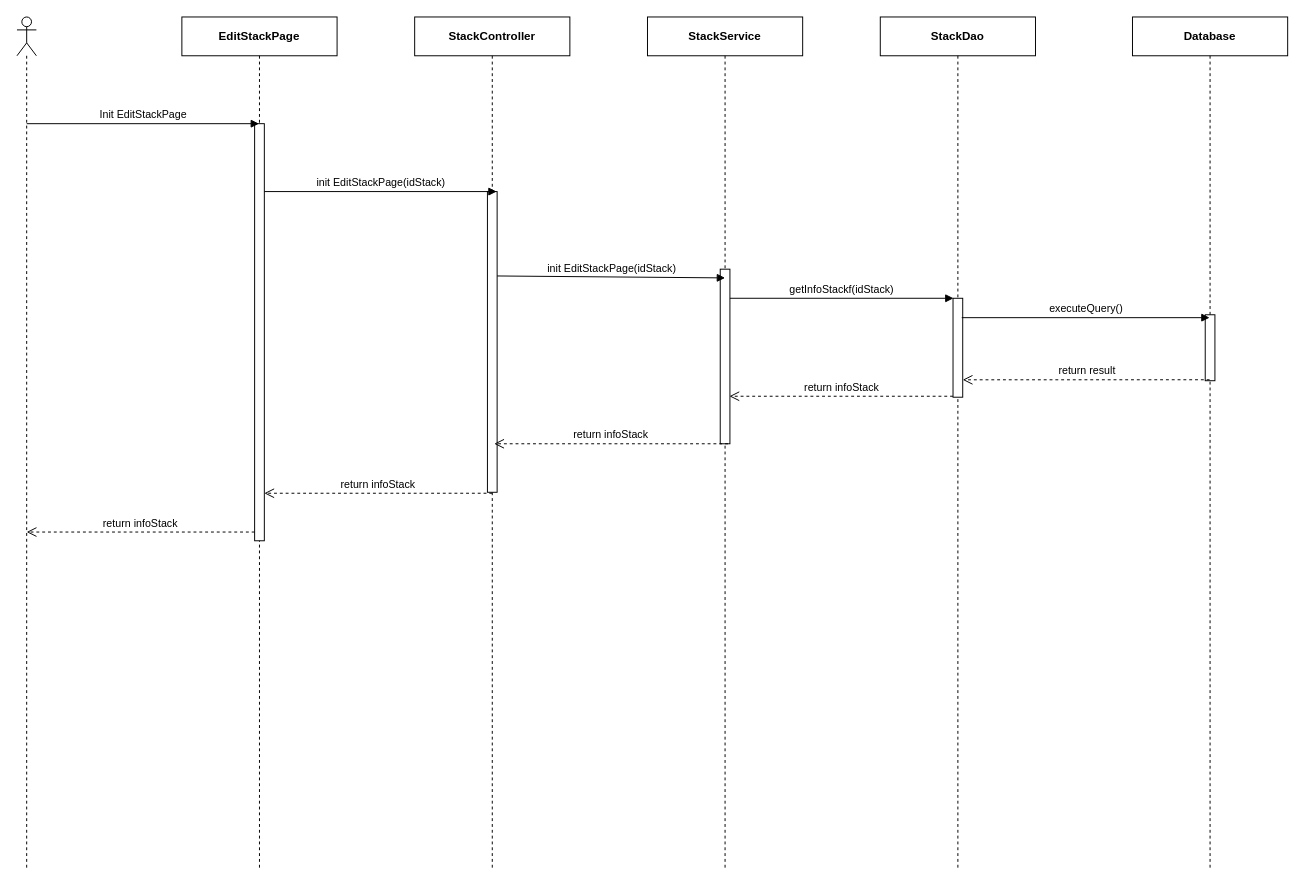
The draw.io diagram page "Ev01" (1 of 2) of 0. Create/Sequece/sc03/SC0303_EditStack.drawio in luannmdev/CapstoneDocument, before the edit. Source tidied: cells renumbered, new cells numbered last; positions are measured from the earlier drawing's top-left corner, leaving out a move shared by most shapes. Both pictures are drawn from the tidied source at 97%, with x=0, y=0 at pixel (16, 16).
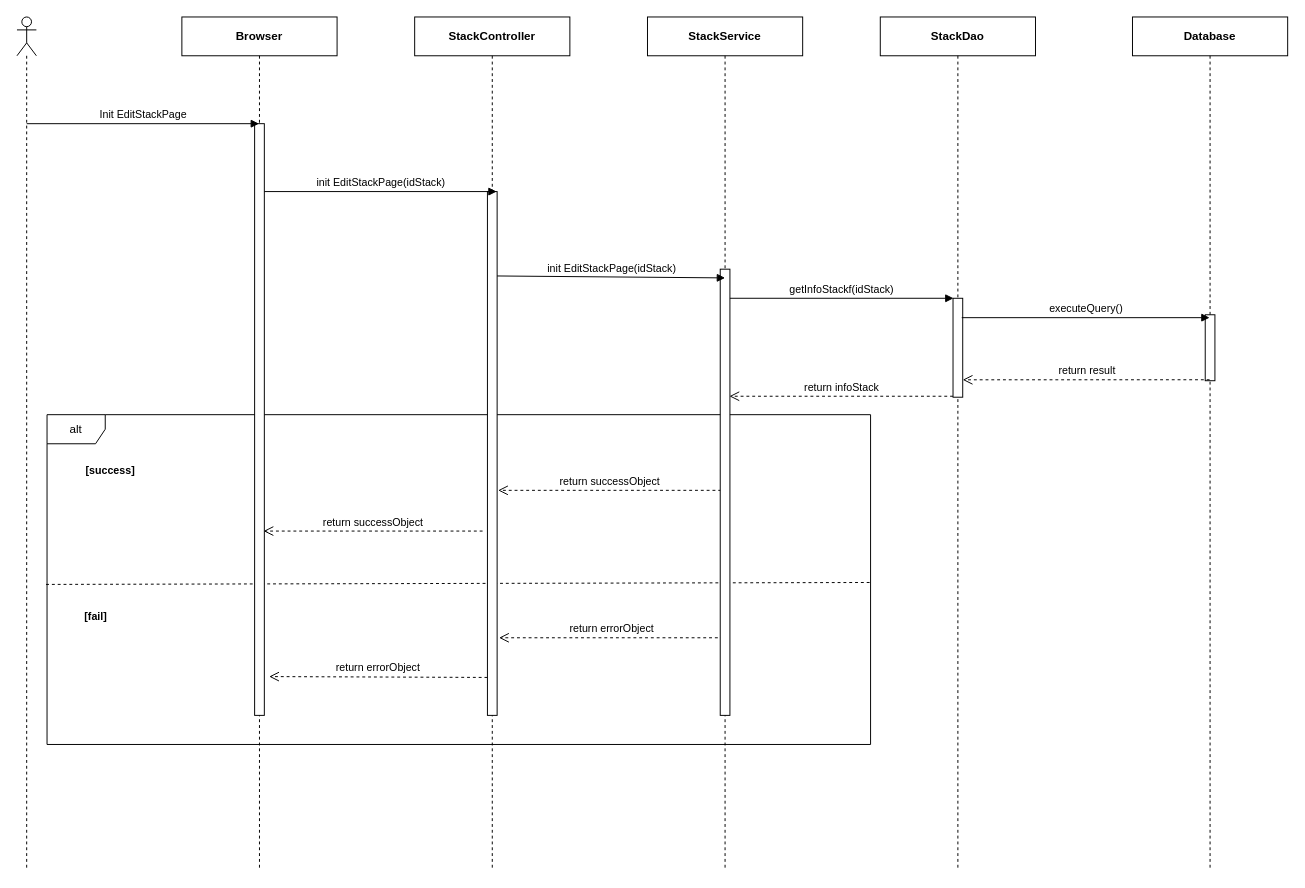
The same page after the edit.

Unchanged cells that the change refers to:
```xml
<mxCell id="8" value="&lt;b&gt;StackService&lt;/b&gt;" style="shape=umlLifeline;perimeter=lifelinePerimeter;whiteSpace=wrap;html=1;" parent="1" vertex="1">
  <mxGeometry x="650" width="160" height="880" as="geometry" />
</mxCell>
<mxCell id="10" value="&lt;b&gt;StackController&lt;/b&gt;" style="shape=umlLifeline;perimeter=lifelinePerimeter;whiteSpace=wrap;html=1;" parent="1" vertex="1">
  <mxGeometry x="410" width="160" height="880" as="geometry" />
</mxCell>
```

What changed in the source:
```diff
@@
+    <mxCell id="23" value="alt" style="shape=umlFrame;whiteSpace=wrap;html=1;" parent="1" vertex="1">
+      <mxGeometry x="31" y="410" width="849" height="340" as="geometry" />
+    </mxCell>
+    <mxCell id="24" value="return successObject" style="html=1;verticalAlign=bottom;endArrow=open;dashed=1;endSize=8;" parent="1" edge="1">
+      <mxGeometry relative="1" as="geometry">
+        <mxPoint x="726" y="488" as="sourcePoint" />
+        <mxPoint x="496" y="488" as="targetPoint" />
+      </mxGeometry>
+    </mxCell>
+    <mxCell id="25" value="return successObject" style="html=1;verticalAlign=bottom;endArrow=open;dashed=1;endSize=8;" parent="1" edge="1">
+      <mxGeometry relative="1" as="geometry">
+        <mxPoint x="480" y="530" as="sourcePoint" />
+        <mxPoint x="254.2" y="530" as="targetPoint" />
+      </mxGeometry>
+    </mxCell>
+    <mxCell id="26" style="endArrow=none;dashed=1;html=1;exitX=-0.001;exitY=0.303;exitDx=0;exitDy=0;exitPerimeter=0;" parent="1" edge="1">
+      <mxGeometry relative="1" as="geometry">
+        <mxPoint x="30" y="585" as="sourcePoint" />
+        <mxPoint x="880" y="583" as="targetPoint" />
+      </mxGeometry>
+    </mxCell>
+    <mxCell id="27" value="&lt;span style=&quot;font-size: 11px ; background-color: rgb(255 , 255 , 255)&quot;&gt;&lt;b&gt;[success]&lt;/b&gt;&lt;/span&gt;" style="text;html=1;align=center;verticalAlign=middle;" parent="1" vertex="1">
+      <mxGeometry x="61" y="458" width="70" height="20" as="geometry" />
+    </mxCell>
+    <mxCell id="28" value="&lt;span style=&quot;font-size: 11px ; background-color: rgb(255 , 255 , 255)&quot;&gt;&lt;b&gt;[fail]&lt;/b&gt;&lt;/span&gt;" style="text;html=1;align=center;verticalAlign=middle;" parent="1" vertex="1">
+      <mxGeometry x="61" y="608" width="40" height="20" as="geometry" />
+    </mxCell>
+    <mxCell id="29" value="return errorObject" style="html=1;verticalAlign=bottom;endArrow=open;dashed=1;endSize=8;" parent="1" edge="1">
+      <mxGeometry relative="1" as="geometry">
+        <mxPoint x="728.5" y="640" as="sourcePoint" />
+        <mxPoint x="497" y="640" as="targetPoint" />
+      </mxGeometry>
+    </mxCell>
+    <mxCell id="30" value="return errorObject" style="html=1;verticalAlign=bottom;endArrow=open;dashed=1;endSize=8;exitX=0;exitY=0.93;exitDx=0;exitDy=0;exitPerimeter=0;" parent="1" edge="1">
+      <mxGeometry relative="1" as="geometry">
+        <mxPoint x="485" y="680.9" as="sourcePoint" />
+        <mxPoint x="260" y="680" as="targetPoint" />
+      </mxGeometry>
+    </mxCell>
@@
-    <mxCell id="3" value="&lt;b&gt;EditStackPage&lt;/b&gt;" style="shape=umlLifeline;perimeter=lifelinePerimeter;whiteSpace=wrap;html=1;outlineConnect=0;" parent="1" vertex="1">
+    <mxCell id="3" value="&lt;b&gt;Browser&lt;/b&gt;" style="shape=umlLifeline;perimeter=lifelinePerimeter;whiteSpace=wrap;html=1;outlineConnect=0;" parent="1" vertex="1">
       <mxGeometry x="170" width="160" height="880" as="geometry" />
     </mxCell>
     <mxCell id="4" style="html=1;perimeter=orthogonalPerimeter;" parent="3" vertex="1">
-      <mxGeometry x="75" y="110" width="10" height="430" as="geometry" />
+      <mxGeometry x="75" y="110" width="10" height="610" as="geometry" />
     </mxCell>
@@
     <mxCell id="9" style="html=1;perimeter=orthogonalPerimeter;" parent="8" vertex="1">
-      <mxGeometry x="75" y="260" width="10" height="180" as="geometry" />
+      <mxGeometry x="75" y="260" width="10" height="460" as="geometry" />
     </mxCell>
@@
     <mxCell id="11" style="html=1;perimeter=orthogonalPerimeter;" parent="10" vertex="1">
-      <mxGeometry x="75" y="180" width="10" height="310" as="geometry" />
+      <mxGeometry x="75" y="180" width="10" height="540" as="geometry" />
     </mxCell>
@@
-    <mxCell id="15" value="return infoStack" style="html=1;verticalAlign=bottom;endArrow=open;dashed=1;endSize=8;" parent="1" edge="1">
-      <mxGeometry relative="1" as="geometry">
-        <mxPoint x="733" y="440" as="sourcePoint" />
-        <mxPoint x="492" y="440" as="targetPoint" />
-      </mxGeometry>
-    </mxCell>
-    <mxCell id="16" value="return infoStack" style="html=1;verticalAlign=bottom;endArrow=open;dashed=1;endSize=8;" parent="1" edge="1">
-      <mxGeometry relative="1" as="geometry">
-        <mxPoint x="490" y="491" as="sourcePoint" />
-        <mxPoint x="255" y="491" as="targetPoint" />
-      </mxGeometry>
-    </mxCell>
-    <mxCell id="17" value="return infoStack" style="html=1;verticalAlign=bottom;endArrow=open;dashed=1;endSize=8;" parent="1" edge="1">
-      <mxGeometry relative="1" as="geometry">
-        <mxPoint x="245" y="531" as="sourcePoint" />
-        <mxPoint x="10" y="531" as="targetPoint" />
-      </mxGeometry>
-    </mxCell>
```
